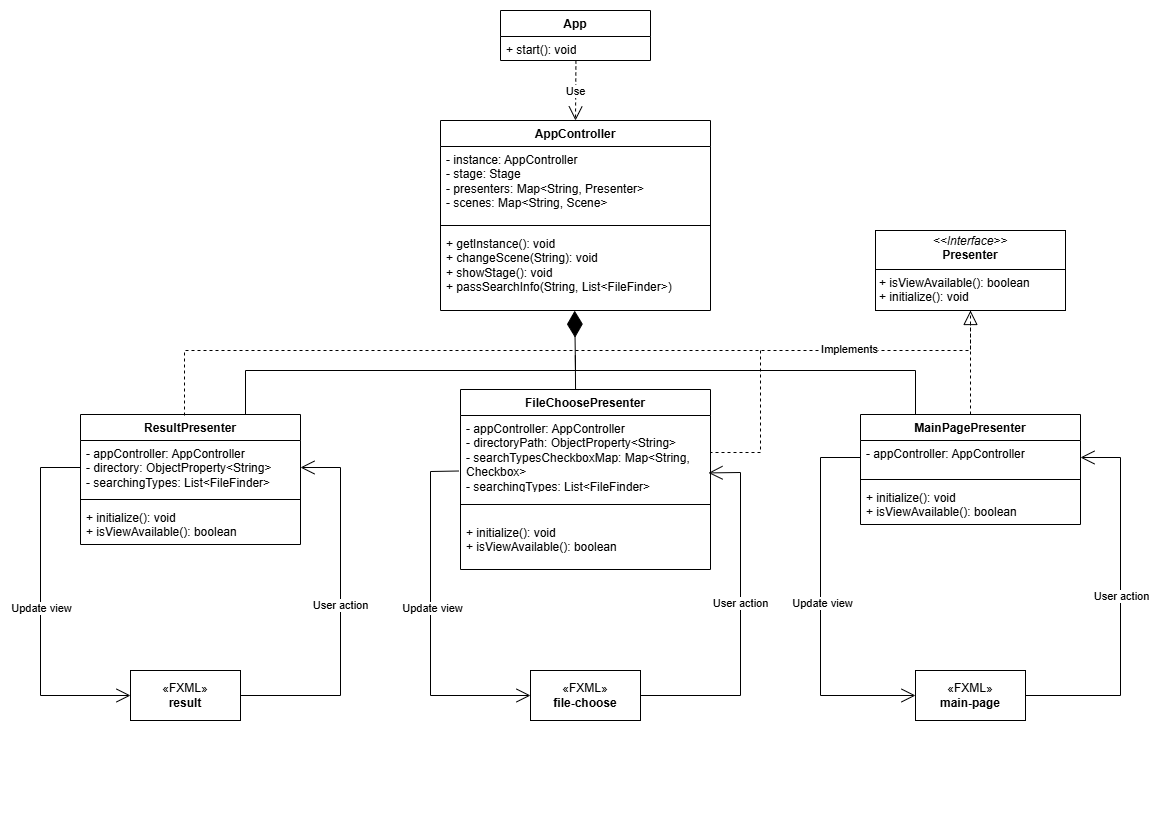
Above: resources/graphic-user-interface.png in Mateusz2734/filesystem-cleaner (draw.io), before the change. Source tidied: cells renumbered, new cells last; positions are measured from the earlier drawing's top-left corner, leaving out a move shared by most shapes.
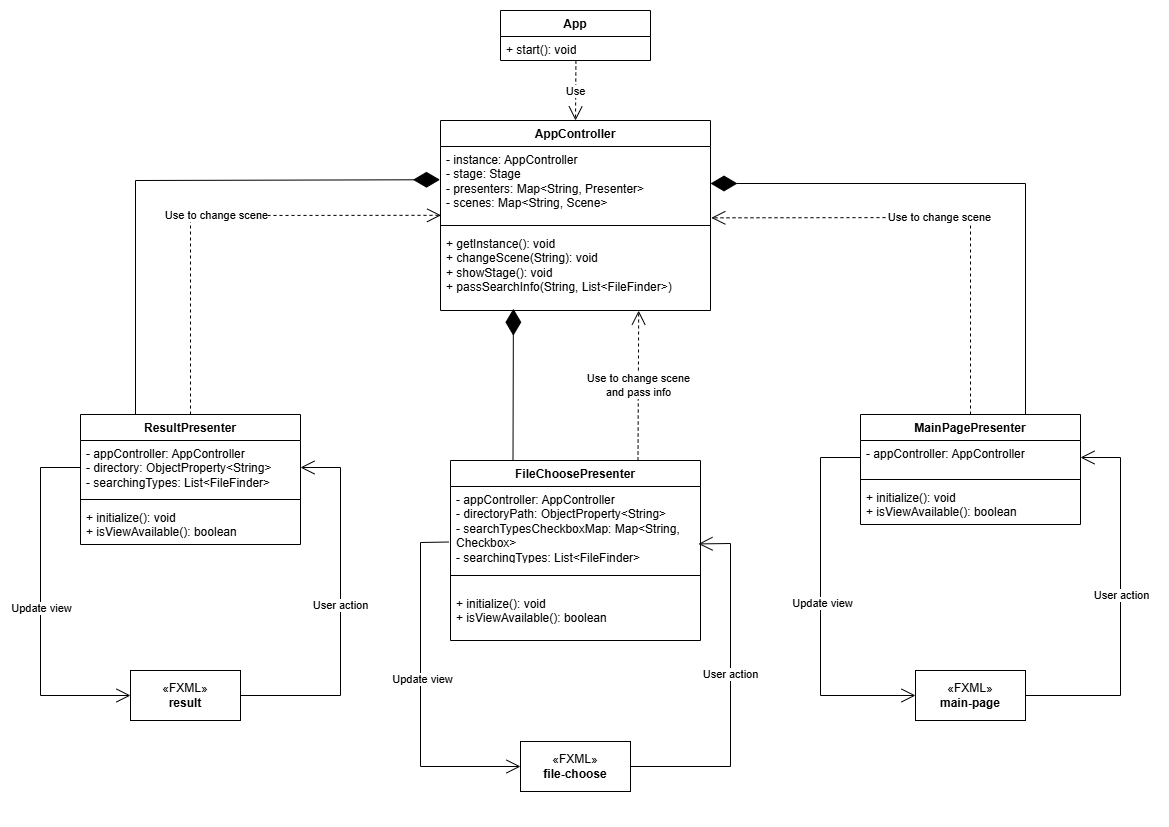
The same file after the commit.

Diff of the diagram source:
```diff
@@ -14,9 +14,6 @@
     <mxCell id="5" value="&lt;div&gt;+ getInstance(): void&lt;/div&gt;&lt;div&gt;+ changeScene(String): void&lt;/div&gt;&lt;div&gt;+ showStage(): void&lt;/div&gt;&lt;div&gt;+ passSearchInfo(String, List&amp;lt;FileFinder&amp;gt;)&lt;/div&gt;&lt;div&gt;&lt;br&gt;&lt;/div&gt;" style="text;strokeColor=none;fillColor=none;align=left;verticalAlign=top;spacingLeft=4;spacingRight=4;overflow=hidden;points=[[0,0.5],[1,0.5]];portConstraint=eastwest;whiteSpace=wrap;html=1;" parent="2" vertex="1">
       <mxGeometry y="110" width="270" height="80" as="geometry" />
     </mxCell>
-    <mxCell id="6" value="&lt;p style=&quot;margin:0px;margin-top:4px;text-align:center;&quot;&gt;&lt;i&gt;&amp;lt;&amp;lt;Interface&amp;gt;&amp;gt;&lt;/i&gt;&lt;br&gt;&lt;b&gt;Presenter&lt;/b&gt;&lt;/p&gt;&lt;hr size=&quot;1&quot; style=&quot;border-style:solid;&quot;&gt;&lt;p style=&quot;margin:0px;margin-left:4px;&quot;&gt;+ isViewAvailable(): boolean&lt;/p&gt;&lt;p style=&quot;margin:0px;margin-left:4px;&quot;&gt;+ initialize(): void&lt;/p&gt;" style="verticalAlign=top;align=left;overflow=fill;html=1;whiteSpace=wrap;" parent="1" vertex="1">
-      <mxGeometry x="835" y="220" width="190" height="80" as="geometry" />
-    </mxCell>
     <mxCell id="7" value="ResultPresenter" style="swimlane;fontStyle=1;align=center;verticalAlign=top;horizontal=1;startSize=26;whiteSpace=wrap;html=1;" parent="1" vertex="1">
       <mxGeometry x="40" y="404" width="220" height="130" as="geometry" />
     </mxCell>
@@ -30,7 +27,7 @@
       <mxGeometry y="90" width="220" height="40" as="geometry" />
     </mxCell>
     <mxCell id="11" value="FileChoosePresenter" style="swimlane;fontStyle=1;align=center;verticalAlign=top;horizontal=1;startSize=26;whiteSpace=wrap;html=1;" parent="1" vertex="1">
-      <mxGeometry x="420" y="379" width="250" height="180" as="geometry" />
+      <mxGeometry x="410" y="450" width="250" height="180" as="geometry" />
     </mxCell>
     <mxCell id="12" value="- appController: AppController&lt;div&gt;- directoryPath: ObjectProperty&amp;lt;String&amp;gt;&lt;/div&gt;&lt;div&gt;- searchTypesCheckboxMap: Map&amp;lt;String, Checkbox&amp;gt;&lt;/div&gt;&lt;div&gt;- searchingTypes: List&amp;lt;FileFinder&amp;gt;&lt;/div&gt;&lt;div&gt;&lt;br&gt;&lt;/div&gt;&lt;div&gt;&lt;br&gt;&lt;/div&gt;&lt;div&gt;&lt;br&gt;&lt;/div&gt;" style="text;strokeColor=none;fillColor=none;align=left;verticalAlign=top;spacingLeft=4;spacingRight=4;overflow=hidden;points=[[0,0.5],[1,0.5]];portConstraint=eastwest;whiteSpace=wrap;html=1;" parent="11" vertex="1">
       <mxGeometry y="26" width="250" height="74" as="geometry" />
@@ -64,33 +61,8 @@
         <mxPoint x="535.4" y="50" as="sourcePoint" />
       </mxGeometry>
     </mxCell>
-    <mxCell id="22" style="endArrow=block;dashed=1;endFill=0;endSize=12;html=1;rounded=0;entryX=0.5;entryY=1;entryDx=0;entryDy=0;" parent="1" edge="1" target="6">
-      <mxGeometry relative="1" as="geometry">
-        <mxPoint x="144" y="405" as="sourcePoint" />
-        <Array as="points">
-          <mxPoint x="144" y="405" />
-          <mxPoint x="144" y="340" />
-          <mxPoint x="540" y="340" />
-          <mxPoint x="930" y="340" />
-        </Array>
-      </mxGeometry>
-    </mxCell>
-    <mxCell id="23" value="Implements" style="edgeLabel;html=1;align=center;verticalAlign=middle;" parent="22" vertex="1">
-      <mxGeometry x="0.64" y="2" relative="1" as="geometry" />
-    </mxCell>
-    <mxCell id="24" style="endArrow=none;dashed=1;html=1;rounded=0;exitX=0.5;exitY=0;exitDx=0;exitDy=0;" parent="1" edge="1" source="17" target="6">
-      <mxGeometry relative="1" as="geometry" />
-    </mxCell>
-    <mxCell id="25" style="endArrow=none;dashed=1;html=1;rounded=0;entryX=1;entryY=0.5;entryDx=0;entryDy=0;" parent="1" edge="1" target="12">
-      <mxGeometry relative="1" as="geometry">
-        <mxPoint x="720" y="340" as="sourcePoint" />
-        <Array as="points">
-          <mxPoint x="720" y="442" />
-        </Array>
-      </mxGeometry>
-    </mxCell>
     <mxCell id="26" value="«FXML»&lt;br&gt;&lt;b&gt;file-choose&lt;/b&gt;" style="html=1;whiteSpace=wrap;" parent="1" vertex="1">
-      <mxGeometry x="490" y="660" width="110" height="50" as="geometry" />
+      <mxGeometry x="480" y="731" width="110" height="50" as="geometry" />
     </mxCell>
     <mxCell id="27" value="«FXML»&lt;br&gt;&lt;b&gt;main-page&lt;/b&gt;" style="html=1;whiteSpace=wrap;" parent="1" vertex="1">
       <mxGeometry x="875" y="660" width="110" height="50" as="geometry" />
@@ -101,8 +73,8 @@
     <mxCell id="29" style="endArrow=open;endFill=1;endSize=12;html=1;rounded=0;exitX=1;exitY=0.5;exitDx=0;exitDy=0;entryX=0.992;entryY=0.776;entryDx=0;entryDy=0;entryPerimeter=0;" parent="1" edge="1" source="26" target="12">
       <mxGeometry relative="1" as="geometry">
         <Array as="points">
-          <mxPoint x="700" y="685" />
-          <mxPoint x="700" y="462" />
+          <mxPoint x="690" y="756" />
+          <mxPoint x="690" y="533" />
         </Array>
       </mxGeometry>
     </mxCell>
@@ -134,8 +106,8 @@
     <mxCell id="35" style="endArrow=open;endFill=1;endSize=12;html=1;rounded=0;exitX=-0.006;exitY=0.75;exitDx=0;exitDy=0;entryX=0;entryY=0.5;entryDx=0;entryDy=0;exitPerimeter=0;" parent="1" edge="1" source="12" target="26">
       <mxGeometry relative="1" as="geometry">
         <Array as="points">
-          <mxPoint x="390" y="461" />
-          <mxPoint x="390" y="685" />
+          <mxPoint x="380" y="532" />
+          <mxPoint x="380" y="756" />
         </Array>
       </mxGeometry>
     </mxCell>
@@ -164,27 +136,39 @@
     <mxCell id="40" value="Update view" style="edgeLabel;html=1;align=center;verticalAlign=middle;" parent="39" vertex="1">
       <mxGeometry x="-0.01" y="1" relative="1" as="geometry" />
     </mxCell>
-    <mxCell id="41" style="endArrow=diamondThin;endFill=1;endSize=24;html=1;rounded=0;exitX=0.25;exitY=0;exitDx=0;exitDy=0;entryX=0.497;entryY=1.002;entryDx=0;entryDy=0;entryPerimeter=0;" parent="1" edge="1" source="17" target="5">
-      <mxGeometry relative="1" as="geometry">
-        <Array as="points">
-          <mxPoint x="875" y="360" />
-          <mxPoint x="535" y="360" />
-        </Array>
-      </mxGeometry>
-    </mxCell>
-    <mxCell id="42" style="endArrow=none;html=1;rounded=0;exitX=0.457;exitY=0.029;exitDx=0;exitDy=0;exitPerimeter=0;" parent="1" edge="1">
-      <mxGeometry relative="1" as="geometry">
-        <mxPoint x="535" y="379" as="sourcePoint" />
-        <mxPoint x="534.8" y="344.8" as="targetPoint" />
-      </mxGeometry>
-    </mxCell>
-    <mxCell id="43" style="endArrow=none;html=1;rounded=0;exitX=0.75;exitY=0;exitDx=0;exitDy=0;" parent="1" edge="1" source="7">
-      <mxGeometry relative="1" as="geometry">
-        <mxPoint x="540" y="360" as="targetPoint" />
-        <Array as="points">
-          <mxPoint x="205" y="360" />
-        </Array>
-      </mxGeometry>
-    </mxCell>
+    <mxCell id="44" style="endArrow=diamondThin;endFill=1;endSize=24;html=1;rounded=0;entryX=-0.002;entryY=0.449;entryDx=0;entryDy=0;exitX=0.25;exitY=0;exitDx=0;exitDy=0;entryPerimeter=0;" parent="1" edge="1" source="7" target="3">
+      <mxGeometry relative="1" as="geometry">
+        <Array as="points">
+          <mxPoint x="95" y="170" />
+        </Array>
+      </mxGeometry>
+    </mxCell>
+    <mxCell id="45" style="endArrow=diamondThin;endFill=1;endSize=24;html=1;rounded=0;exitX=0.25;exitY=0;exitDx=0;exitDy=0;entryX=0.27;entryY=0.978;entryDx=0;entryDy=0;entryPerimeter=0;" parent="1" edge="1" source="11" target="5">
+      <mxGeometry relative="1" as="geometry" />
+    </mxCell>
+    <mxCell id="46" style="endArrow=diamondThin;endFill=1;endSize=24;html=1;rounded=0;entryX=1;entryY=0.5;entryDx=0;entryDy=0;exitX=0.75;exitY=0;exitDx=0;exitDy=0;" parent="1" edge="1" source="17" target="3">
+      <mxGeometry relative="1" as="geometry">
+        <Array as="points">
+          <mxPoint x="985" y="173" />
+        </Array>
+      </mxGeometry>
+    </mxCell>
+    <mxCell id="47" value="Use to change scene&lt;div&gt;and pass info&lt;/div&gt;" style="endArrow=open;endSize=12;dashed=1;html=1;rounded=0;entryX=0.734;entryY=1.002;entryDx=0;entryDy=0;entryPerimeter=0;exitX=0.75;exitY=0;exitDx=0;exitDy=0;" parent="1" edge="1" source="11" target="5">
+      <mxGeometry relative="1" as="geometry" />
+    </mxCell>
+    <mxCell id="48" value="Use to change scene" style="endArrow=open;endSize=12;dashed=1;html=1;rounded=0;entryX=1.003;entryY=0.964;entryDx=0;entryDy=0;entryPerimeter=0;exitX=0.5;exitY=0;exitDx=0;exitDy=0;" parent="1" edge="1" source="17" target="3">
+      <mxGeometry relative="1" as="geometry">
+        <Array as="points">
+          <mxPoint x="930" y="207" />
+        </Array>
+      </mxGeometry>
+    </mxCell>
+    <mxCell id="49" value="Use to change scene" style="endArrow=open;endSize=12;dashed=1;html=1;rounded=0;entryX=0.002;entryY=0.93;entryDx=0;entryDy=0;entryPerimeter=0;exitX=0.5;exitY=0;exitDx=0;exitDy=0;" parent="1" edge="1" source="7" target="3">
+      <mxGeometry relative="1" as="geometry">
+        <Array as="points">
+          <mxPoint x="150" y="205" />
+        </Array>
+      </mxGeometry>
+    </mxCell>
   </root>
 </mxGraphModel>
```
